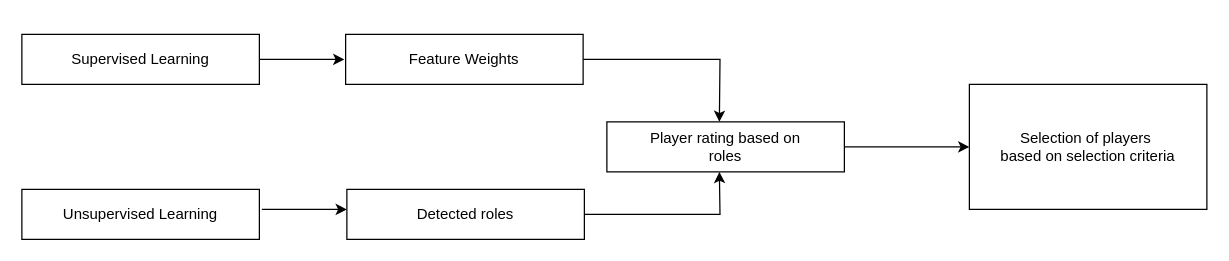
Above: project1stPpt.drawio in ChristyBinu-4/Lab-assignments (draw.io), before the change. Source tidied: cells renumbered, new cells numbered last; positions are measured from the earlier drawing's top-left corner, leaving out a move shared by most shapes. Both pictures are drawn from the tidied source at 125%, with x=0, y=0 at pixel (21, 34).
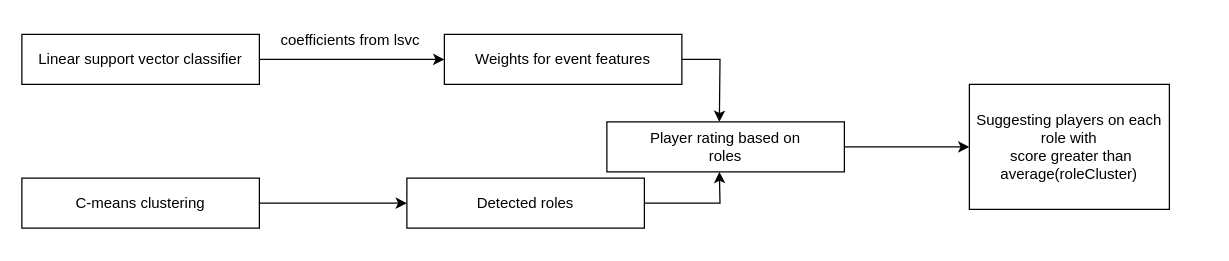
After the change.

Diff of the diagram source:
```diff
@@
 <mxGraphModel>
   <root>
     <mxCell id="0" />
     <mxCell id="1" parent="0" />
-    <mxCell id="2" style="edgeStyle=orthogonalEdgeStyle;rounded=0;jettySize=auto;html=1;exitX=1;exitY=0.5;exitDx=0;exitDy=0;" parent="1" edge="1" source="3">
-      <mxGeometry relative="1" as="geometry">
-        <mxPoint x="258" y="20" as="targetPoint" />
-      </mxGeometry>
-    </mxCell>
+    <mxCell id="13" style="edgeStyle=orthogonalEdgeStyle;rounded=0;jettySize=auto;html=1;entryX=0;entryY=0.5;entryDx=0;entryDy=0;" parent="1" edge="1" source="3" target="7">
+      <mxGeometry relative="1" as="geometry" />
+    </mxCell>
-    <mxCell id="3" value="Supervised Learning" style="rounded=0;whiteSpace=wrap;html=1;" parent="1" vertex="1">
+    <mxCell id="3" value="Linear support vector classifier" style="rounded=0;whiteSpace=wrap;html=1;" parent="1" vertex="1">
       <mxGeometry width="190" height="40" as="geometry" />
     </mxCell>
+    <mxCell id="14" style="edgeStyle=orthogonalEdgeStyle;rounded=0;jettySize=auto;html=1;entryX=0;entryY=0.5;entryDx=0;entryDy=0;" parent="1" edge="1" source="4" target="9">
+      <mxGeometry relative="1" as="geometry" />
+    </mxCell>
-    <mxCell id="4" value="Unsupervised Learning" style="rounded=0;whiteSpace=wrap;html=1;" parent="1" vertex="1">
-      <mxGeometry y="124" width="190" height="40" as="geometry" />
+    <mxCell id="4" value="C-means clustering" style="rounded=0;whiteSpace=wrap;html=1;" parent="1" vertex="1">
+      <mxGeometry y="115" width="190" height="40" as="geometry" />
     </mxCell>
-    <mxCell id="5" style="edgeStyle=orthogonalEdgeStyle;rounded=0;orthogonalLoop=1;jettySize=auto;html=1;exitX=1;exitY=0.5;exitDx=0;exitDy=0;" parent="1" edge="1">
-      <mxGeometry relative="1" as="geometry">
-        <mxPoint x="192" y="140" as="sourcePoint" />
-        <mxPoint x="260" y="140" as="targetPoint" />
-      </mxGeometry>
-    </mxCell>
     <mxCell id="6" style="edgeStyle=orthogonalEdgeStyle;rounded=0;jettySize=auto;html=1;" parent="1" edge="1" source="7">
       <mxGeometry relative="1" as="geometry">
         <mxPoint x="558" y="70" as="targetPoint" />
       </mxGeometry>
     </mxCell>
-    <mxCell id="7" value="Feature Weights" style="rounded=0;whiteSpace=wrap;html=1;" parent="1" vertex="1">
-      <mxGeometry x="259" width="190" height="40" as="geometry" />
+    <mxCell id="7" value="Weights for event features" style="rounded=0;whiteSpace=wrap;html=1;" parent="1" vertex="1">
+      <mxGeometry x="338" width="190" height="40" as="geometry" />
     </mxCell>
     <mxCell id="8" style="edgeStyle=orthogonalEdgeStyle;rounded=0;jettySize=auto;html=1;" parent="1" edge="1" source="9">
       <mxGeometry relative="1" as="geometry">
         <mxPoint x="558" y="110" as="targetPoint" />
       </mxGeometry>
     </mxCell>
     <mxCell id="9" value="Detected roles" style="rounded=0;whiteSpace=wrap;html=1;" parent="1" vertex="1">
-      <mxGeometry x="260" y="124" width="190" height="40" as="geometry" />
+      <mxGeometry x="308" y="115" width="190" height="40" as="geometry" />
     </mxCell>
     <mxCell id="10" style="edgeStyle=orthogonalEdgeStyle;rounded=0;jettySize=auto;html=1;exitX=1;exitY=0.5;exitDx=0;exitDy=0;entryX=0;entryY=0.5;entryDx=0;entryDy=0;" parent="1" edge="1" source="11" target="12">
       <mxGeometry relative="1" as="geometry" />
     </mxCell>
     <mxCell id="11" value="Player rating based on&lt;div&gt;roles&lt;/div&gt;" style="rounded=0;whiteSpace=wrap;html=1;" parent="1" vertex="1">
       <mxGeometry x="468" y="70" width="190" height="40" as="geometry" />
     </mxCell>
-    <mxCell id="12" value="Selection of players&amp;nbsp;&lt;div&gt;based on selection criteria&lt;/div&gt;" style="rounded=0;whiteSpace=wrap;html=1;" parent="1" vertex="1">
-      <mxGeometry x="758" y="40" width="190" height="100" as="geometry" />
+    <mxCell id="12" value="Suggesting players on each role with&lt;div&gt;&amp;nbsp;score greater than average(roleCluster)&lt;/div&gt;" style="rounded=0;whiteSpace=wrap;html=1;" parent="1" vertex="1">
+      <mxGeometry x="758" y="40" width="160" height="100" as="geometry" />
     </mxCell>
+    <mxCell id="15" value="coefficients from lsvc" style="text;html=1;align=center;verticalAlign=middle;whiteSpace=wrap;rounded=0;" parent="1" vertex="1">
+      <mxGeometry x="198" y="-10" width="130" height="30" as="geometry" />
+    </mxCell>
   </root>
 </mxGraphModel>
```
